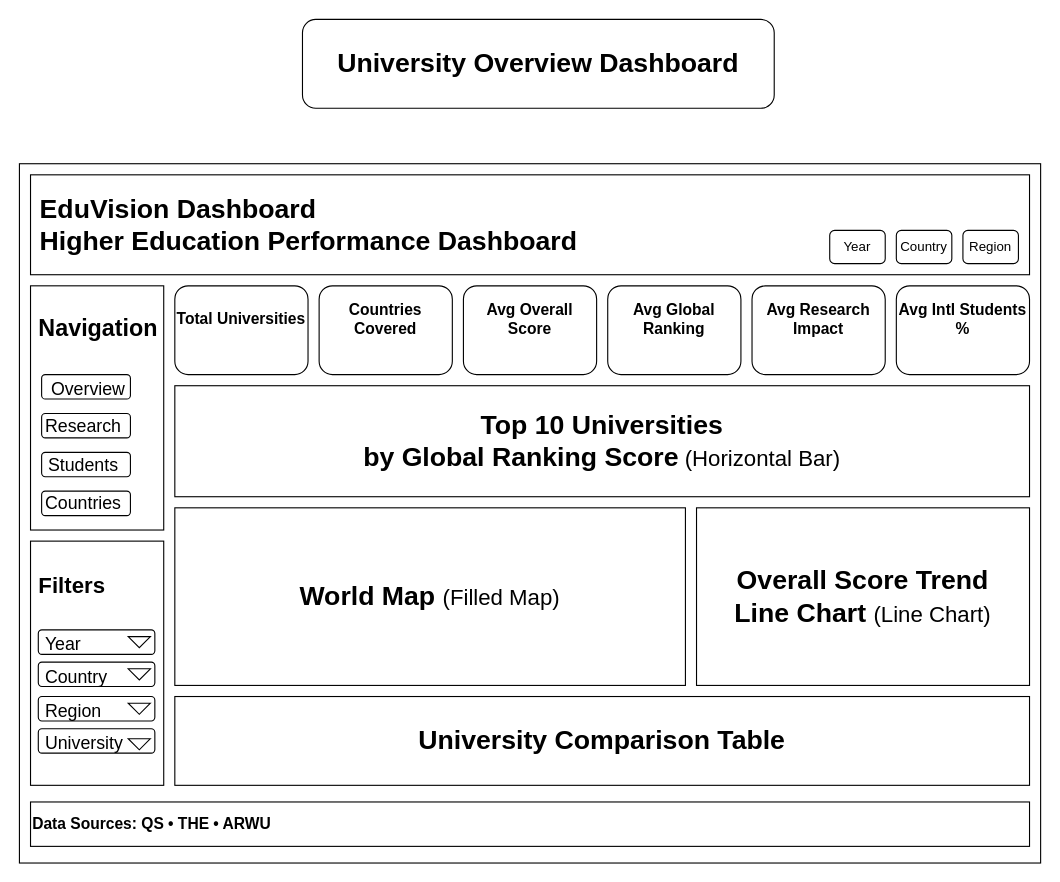
Earlier version of the draw.io diagram page "University_Overview" (1 of 4) of powerbi/Module_4_Deliverables/storyboard/dashboard_storyboard.drawio (springboardmentor09876x-cmd/higher-education-dv). Source tidied: cells renumbered, new cells numbered last; positions are measured from the earlier drawing's top-left corner, leaving out a move shared by most shapes. Both pictures are drawn from the tidied source at 111%, with x=0, y=0 at pixel (19, 19).
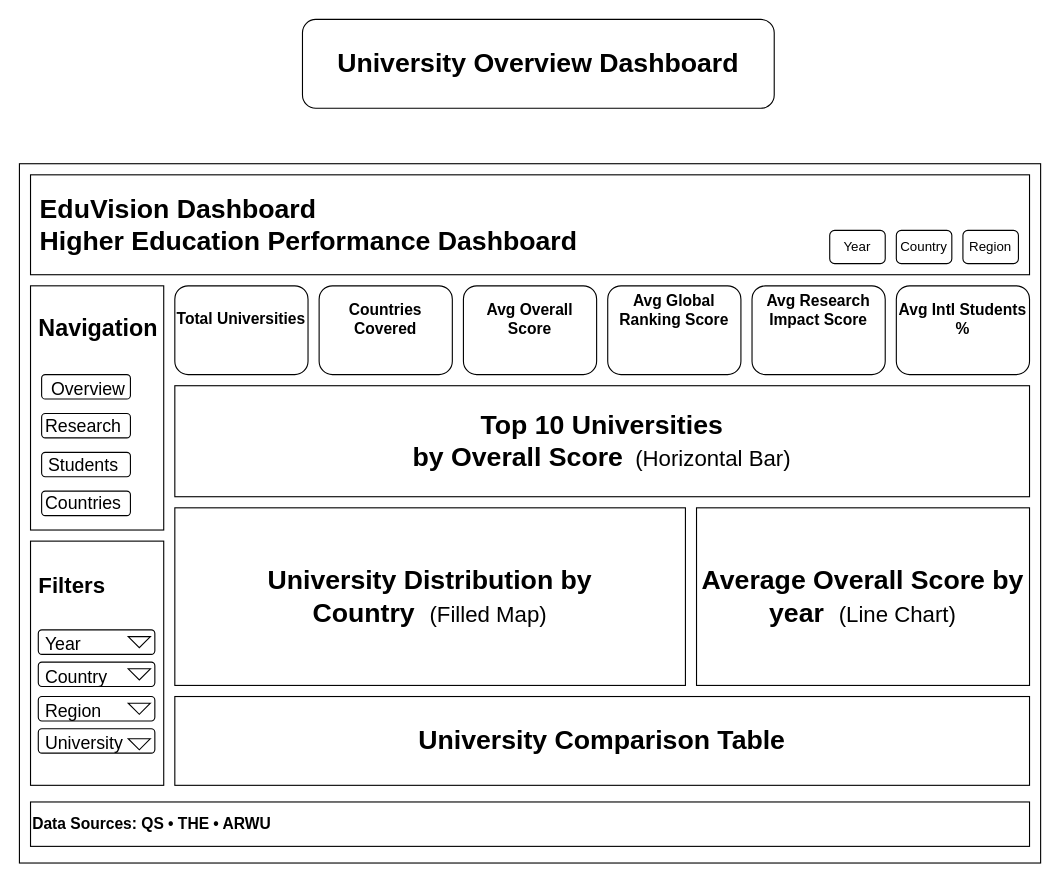
The same diagram, later.

Change to the diagram source:
```diff
@@
-    <mxCell id="11" value="&lt;h3 style=&quot;padding-bottom: 20px;&quot;&gt;&lt;b&gt;Avg Global Ranking&lt;/b&gt;&lt;/h3&gt;" style="rounded=1;whiteSpace=wrap;html=1;" parent="1" vertex="1">
+    <mxCell id="11" value="&lt;h3 style=&quot;padding-bottom: 20px;&quot;&gt;&lt;b&gt;Avg Global Ranking Score&lt;/b&gt;&lt;/h3&gt;&lt;div&gt;&lt;b&gt;&lt;br&gt;&lt;/b&gt;&lt;/div&gt;" style="rounded=1;whiteSpace=wrap;html=1;" parent="1" vertex="1">
       <mxGeometry x="530" y="240" width="120" height="80" as="geometry" />
     </mxCell>
-    <mxCell id="12" value="&lt;h3 style=&quot;padding-bottom: 20px;&quot;&gt;&lt;b&gt;Avg Research Impact&lt;/b&gt;&lt;/h3&gt;" style="rounded=1;whiteSpace=wrap;html=1;" parent="1" vertex="1">
+    <mxCell id="12" value="&lt;h3 style=&quot;padding-bottom: 20px;&quot;&gt;&lt;b&gt;Avg Research Impact Score&lt;/b&gt;&lt;/h3&gt;&lt;div&gt;&lt;b&gt;&lt;br&gt;&lt;/b&gt;&lt;/div&gt;" style="rounded=1;whiteSpace=wrap;html=1;" parent="1" vertex="1">
       <mxGeometry x="660" y="240" width="120" height="80" as="geometry" />
     </mxCell>
@@
-    <mxCell id="14" value="&lt;h1&gt;&lt;font&gt;&lt;font style=&quot;&quot;&gt;Top 10 Universities&lt;br&gt;&lt;/font&gt;&lt;font style=&quot;&quot;&gt;by Global Ranking Score&lt;/font&gt;&lt;/font&gt;&lt;font style=&quot;font-size: 20px;&quot;&gt;&amp;nbsp;&lt;span style=&quot;font-weight: normal;&quot;&gt;(Horizontal Bar)&lt;/span&gt;&lt;/font&gt;&lt;/h1&gt;" style="rounded=0;whiteSpace=wrap;html=1;" parent="1" vertex="1">
+    <mxCell id="14" value="&lt;h1&gt;&lt;font&gt;&lt;font style=&quot;&quot;&gt;Top 10 Universities&lt;br&gt;&lt;/font&gt;&lt;font style=&quot;&quot;&gt;by Overall Score&lt;/font&gt;&lt;/font&gt;&lt;font style=&quot;font-size: 20px;&quot;&gt;&amp;nbsp;&amp;nbsp;&lt;span style=&quot;font-weight: normal;&quot;&gt;(Horizontal Bar)&lt;/span&gt;&lt;/font&gt;&lt;/h1&gt;" style="rounded=0;whiteSpace=wrap;html=1;" parent="1" vertex="1">
       <mxGeometry x="140" y="330" width="770" height="100" as="geometry" />
     </mxCell>
-    <mxCell id="15" value="&lt;h1&gt;World Map&amp;nbsp;&lt;span style=&quot;font-weight: normal;&quot;&gt;&lt;font style=&quot;font-size: 20px;&quot;&gt;(Filled Map)&lt;/font&gt;&lt;/span&gt;&lt;/h1&gt;" style="rounded=0;whiteSpace=wrap;html=1;" parent="1" vertex="1">
+    <mxCell id="15" value="&lt;h1&gt;University Distribution by Country&amp;nbsp;&amp;nbsp;&lt;span style=&quot;font-weight: normal;&quot;&gt;&lt;font style=&quot;font-size: 20px;&quot;&gt;(Filled Map)&lt;/font&gt;&lt;/span&gt;&lt;/h1&gt;" style="rounded=0;whiteSpace=wrap;html=1;align=center;" parent="1" vertex="1">
       <mxGeometry x="140" y="440" width="460" height="160" as="geometry" />
     </mxCell>
-    <mxCell id="16" value="&lt;h1&gt;Overall Score Trend&lt;br&gt;Line Chart&amp;nbsp;&lt;span style=&quot;font-weight: normal;&quot;&gt;&lt;font style=&quot;font-size: 20px;&quot;&gt;(Line Chart)&lt;/font&gt;&lt;/span&gt;&lt;/h1&gt;" style="rounded=0;whiteSpace=wrap;html=1;" parent="1" vertex="1">
+    <mxCell id="16" value="&lt;h1&gt;Average Overall Score by year&amp;nbsp;&amp;nbsp;&lt;span style=&quot;font-weight: normal;&quot;&gt;&lt;font style=&quot;font-size: 20px;&quot;&gt;(Line Chart)&lt;/font&gt;&lt;/span&gt;&lt;/h1&gt;" style="rounded=0;whiteSpace=wrap;html=1;" parent="1" vertex="1">
       <mxGeometry x="610" y="440" width="300" height="160" as="geometry" />
     </mxCell>
```
